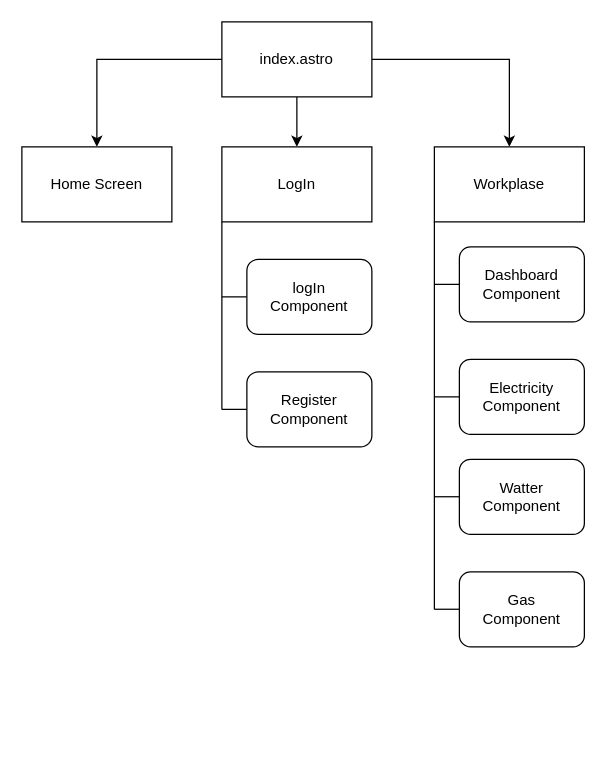
Above: webstructure.drawio in 100volts/100volts-desktop (draw.io), before the change. Source tidied: cells renumbered, new cells numbered last; positions are measured from the earlier drawing's top-left corner, leaving out a move shared by most shapes. Both pictures are drawn from the tidied source at 125%, with x=0, y=0 at pixel (21, 21).
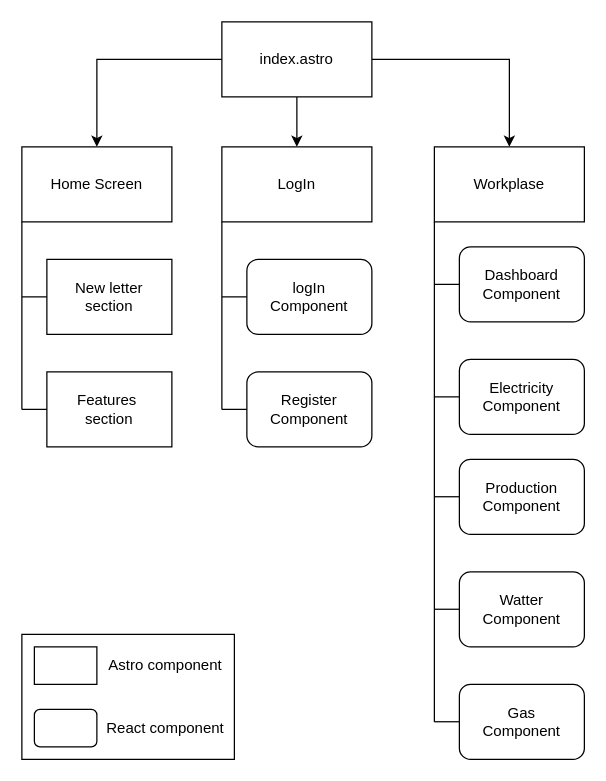
After the change.

Diff of the diagram source:
```diff
@@
+    <mxCell id="23" style="rounded=0;whiteSpace=wrap;html=1;" parent="1" vertex="1">
+      <mxGeometry y="490" width="170" height="100" as="geometry" />
+    </mxCell>
@@
     <mxCell id="17" value="Watter&lt;div&gt;Component&lt;/div&gt;" style="rounded=1;whiteSpace=wrap;html=1;" parent="1" vertex="1">
-      <mxGeometry x="350" y="350" width="100" height="60" as="geometry" />
+      <mxGeometry x="350" y="440" width="100" height="60" as="geometry" />
     </mxCell>
     <mxCell id="18" value="Gas&lt;div&gt;Component&lt;/div&gt;" style="rounded=1;whiteSpace=wrap;html=1;" parent="1" vertex="1">
-      <mxGeometry x="350" y="440" width="100" height="60" as="geometry" />
+      <mxGeometry x="350" y="530" width="100" height="60" as="geometry" />
     </mxCell>
     <mxCell id="19" style="endArrow=none;html=1;rounded=0;entryX=0;entryY=1;entryDx=0;entryDy=0;" parent="1" edge="1">
       <mxGeometry relative="1" as="geometry">
-        <mxPoint x="330" y="470" as="sourcePoint" />
+        <mxPoint x="330" y="560" as="sourcePoint" />
         <mxPoint x="330" y="160" as="targetPoint" />
       </mxGeometry>
     </mxCell>
@@
+    <mxCell id="24" value="New letter&lt;div&gt;section&lt;/div&gt;" style="rounded=0;whiteSpace=wrap;html=1;" parent="1" vertex="1">
+      <mxGeometry x="20" y="190" width="100" height="60" as="geometry" />
+    </mxCell>
+    <mxCell id="25" value="Features&amp;nbsp;&lt;div&gt;section&lt;/div&gt;" style="rounded=0;whiteSpace=wrap;html=1;" parent="1" vertex="1">
+      <mxGeometry x="20" y="280" width="100" height="60" as="geometry" />
+    </mxCell>
+    <mxCell id="26" style="edgeStyle=orthogonalEdgeStyle;rounded=0;orthogonalLoop=1;jettySize=auto;html=1;endArrow=none;endFill=0;" parent="1" edge="1">
+      <mxGeometry relative="1" as="geometry">
+        <mxPoint x="20" y="220" as="sourcePoint" />
+        <mxPoint y="220" as="targetPoint" />
+      </mxGeometry>
+    </mxCell>
+    <mxCell id="27" style="edgeStyle=orthogonalEdgeStyle;rounded=0;orthogonalLoop=1;jettySize=auto;html=1;endArrow=none;endFill=0;" parent="1" edge="1">
+      <mxGeometry relative="1" as="geometry">
+        <mxPoint x="20" y="310" as="sourcePoint" />
+        <mxPoint y="310" as="targetPoint" />
+      </mxGeometry>
+    </mxCell>
+    <mxCell id="28" style="endArrow=none;html=1;rounded=0;entryX=0;entryY=1;entryDx=0;entryDy=0;" parent="1" edge="1">
+      <mxGeometry relative="1" as="geometry">
+        <mxPoint y="310" as="sourcePoint" />
+        <mxPoint y="160" as="targetPoint" />
+      </mxGeometry>
+    </mxCell>
+    <mxCell id="29" style="rounded=0;whiteSpace=wrap;html=1;" parent="1" vertex="1">
+      <mxGeometry x="10" y="500" width="50" height="30" as="geometry" />
+    </mxCell>
+    <mxCell id="30" style="rounded=1;whiteSpace=wrap;html=1;" parent="1" vertex="1">
+      <mxGeometry x="10" y="550" width="50" height="30" as="geometry" />
+    </mxCell>
+    <mxCell id="31" value="Astro component" style="text;html=1;align=center;verticalAlign=middle;whiteSpace=wrap;rounded=0;" parent="1" vertex="1">
+      <mxGeometry x="60" y="500" width="110" height="30" as="geometry" />
+    </mxCell>
+    <mxCell id="32" value="React component" style="text;html=1;align=center;verticalAlign=middle;whiteSpace=wrap;rounded=0;" parent="1" vertex="1">
+      <mxGeometry x="50" y="550" width="130" height="30" as="geometry" />
+    </mxCell>
+    <mxCell id="33" value="Production&lt;div&gt;Component&lt;/div&gt;" style="rounded=1;whiteSpace=wrap;html=1;" parent="1" vertex="1">
+      <mxGeometry x="350" y="350" width="100" height="60" as="geometry" />
+    </mxCell>
+    <mxCell id="34" style="edgeStyle=orthogonalEdgeStyle;rounded=0;orthogonalLoop=1;jettySize=auto;html=1;endArrow=none;endFill=0;" parent="1" edge="1">
+      <mxGeometry relative="1" as="geometry">
+        <mxPoint x="350" y="559.9" as="sourcePoint" />
+        <mxPoint x="330" y="559.9" as="targetPoint" />
+      </mxGeometry>
+    </mxCell>
```
